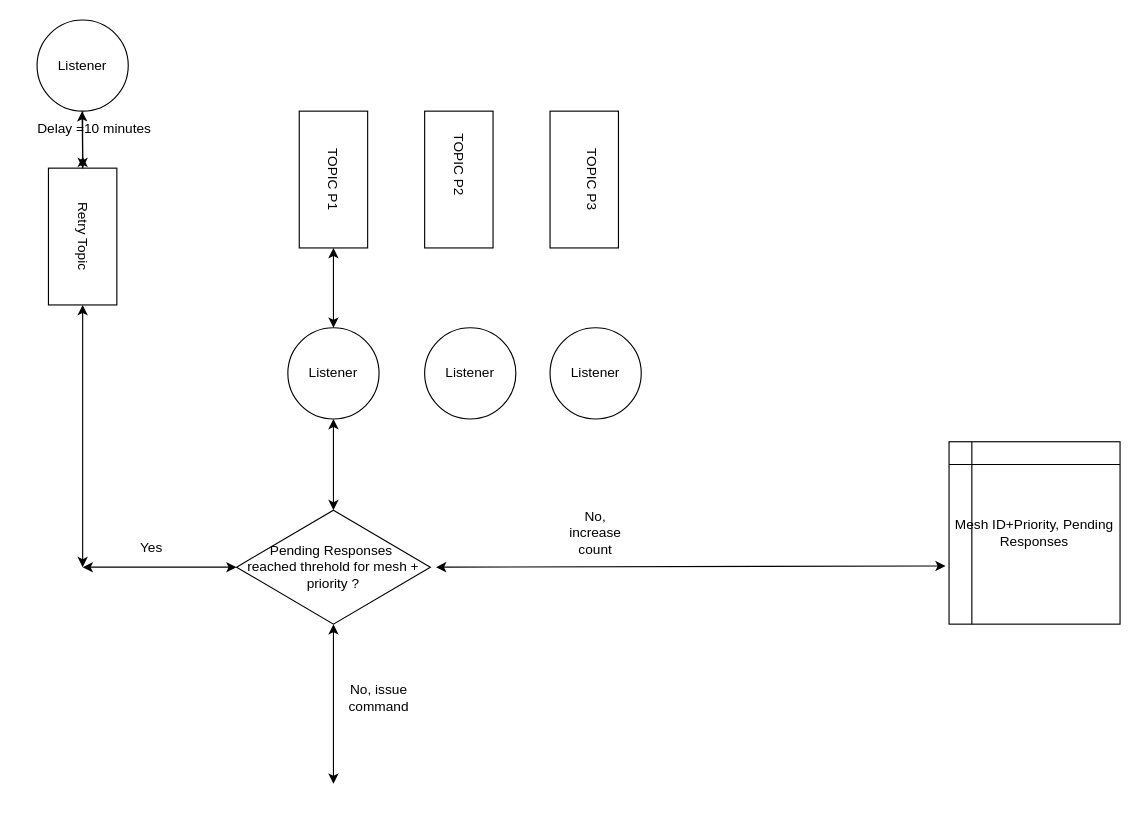
The draw.io diagram Mesh Command Scheduler.drawio in anshuldevmehta/RandomDiagrams, before the edit. Source tidied: cells renumbered, new cells numbered last; positions are measured from the earlier drawing's top-left corner, leaving out a move shared by most shapes. Both pictures are drawn from the tidied source at 114%, with x=0, y=0 at pixel (14, 19).
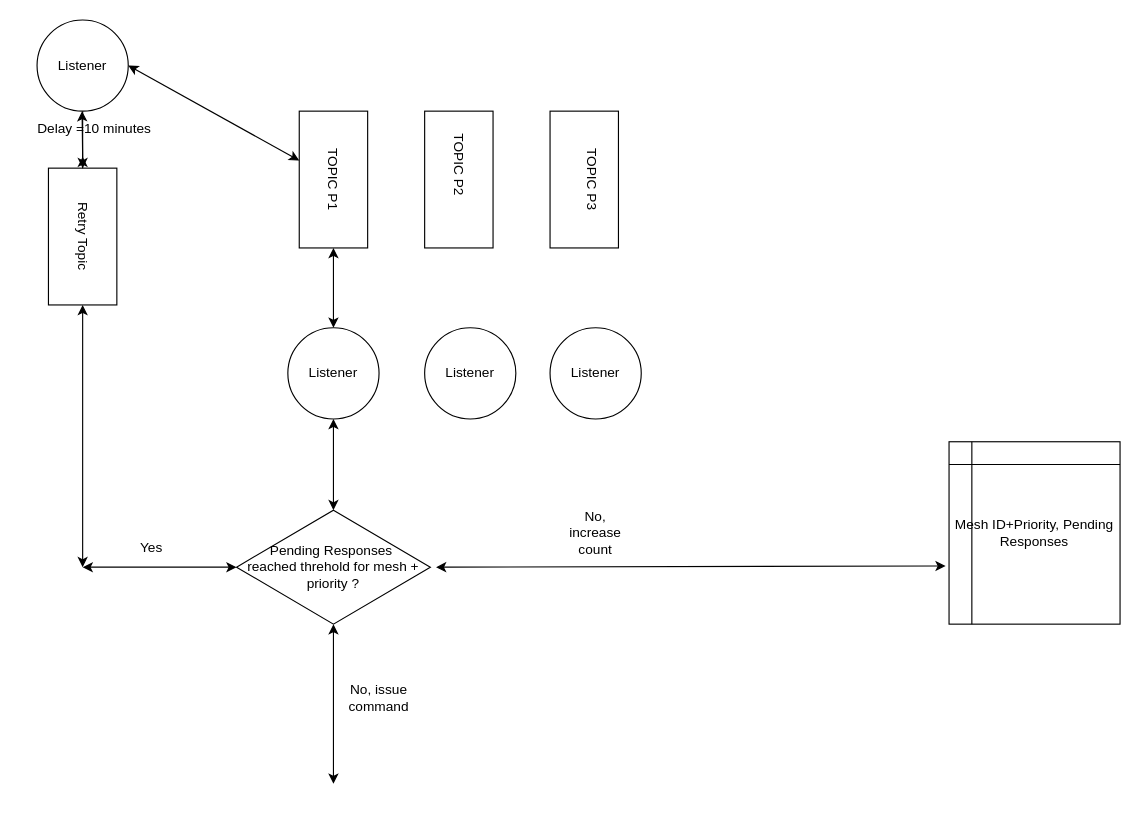
The same page after the edit.

The change refers to these unchanged cells:
```xml
<mxCell id="2" value="TOPIC P1" style="rounded=0;whiteSpace=wrap;html=1;rotation=90;" parent="1" vertex="1">
  <mxGeometry x="220" y="110" width="120" height="60" as="geometry" />
</mxCell>
```

The edit, as a diff of the source:
```diff
@@
+    <mxCell id="24" style="endArrow=classic;startArrow=classic;html=1;rounded=0;" parent="1" edge="1" target="2">
+      <mxGeometry relative="1" as="geometry">
+        <mxPoint x="100" y="40" as="sourcePoint" />
+      </mxGeometry>
+    </mxCell>
```
